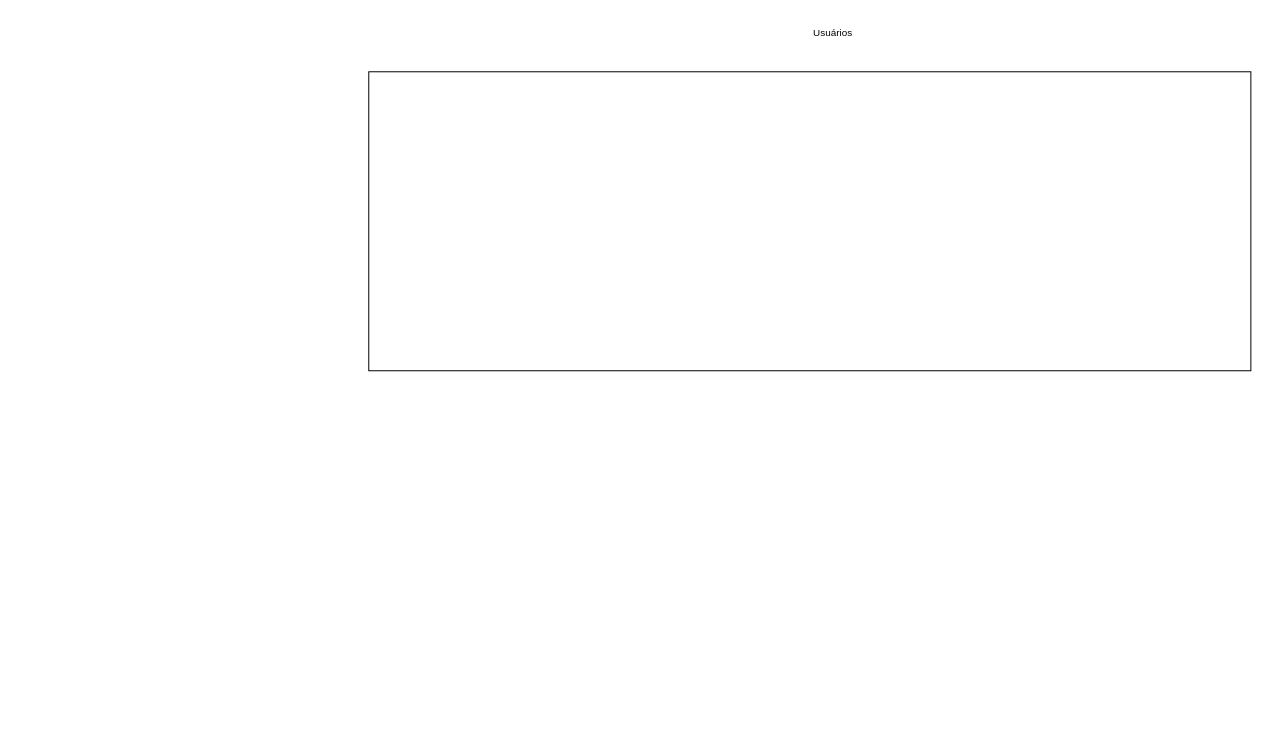
The draw.io diagram misc/diagramas/Diagrama de Arquitetura.drawio in VerbalThree/OpenVoice, before the edit. Source tidied: cells renumbered, new cells numbered last; positions are measured from the earlier drawing's top-left corner, leaving out a move shared by most shapes. Both pictures are drawn from the tidied source at 99%, with x=0, y=0 at pixel (368, 17). Pictures stored in the file or linked from it are replaced by grey dashed boxes.
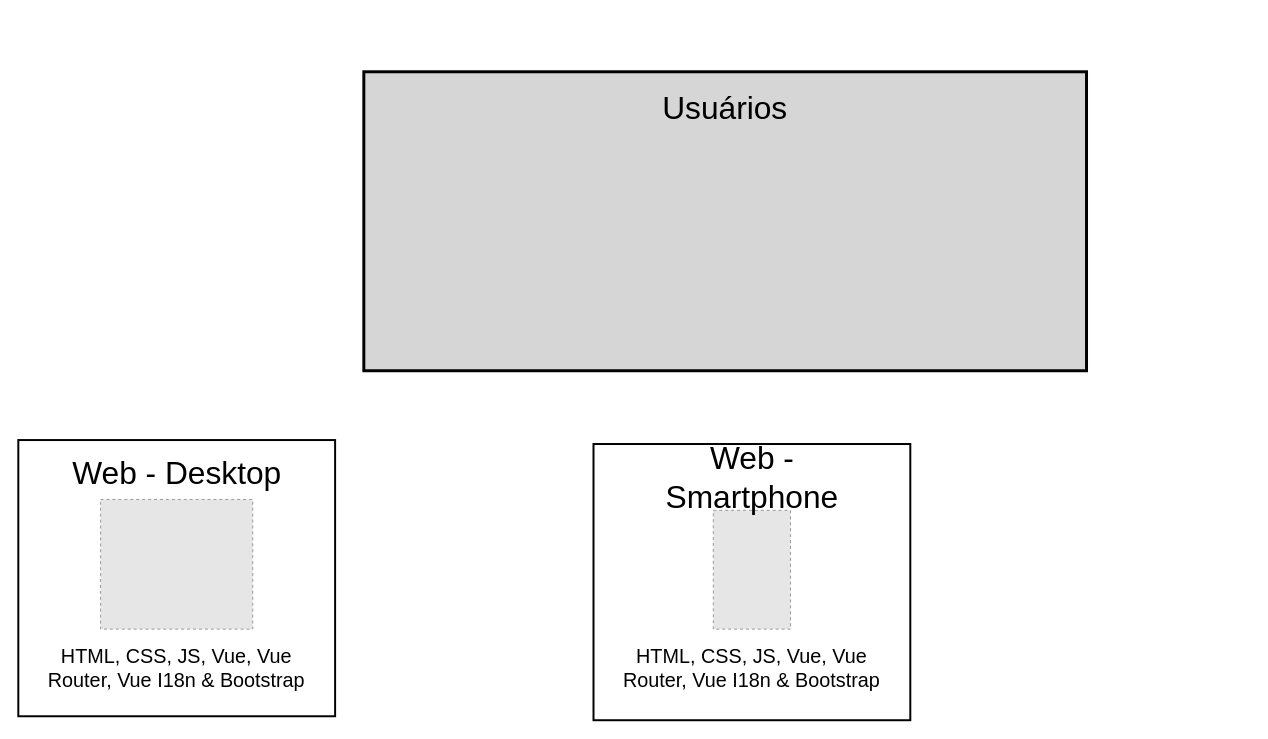
The same page after the edit.

The edit, as a diff of the source:
```diff
@@
 <mxGraphModel>
   <root>
     <mxCell id="0" />
     <mxCell id="1" parent="0" />
+    <mxCell id="4" style="rounded=0;whiteSpace=wrap;html=1;strokeWidth=2;" parent="1" vertex="1">
+      <mxGeometry x="-354" y="427" width="320" height="279" as="geometry" />
+    </mxCell>
-    <mxCell id="2" style="rounded=0;whiteSpace=wrap;html=1;font-weight:bold;" parent="1" vertex="1">
-      <mxGeometry y="55" width="891" height="302" as="geometry" />
+    <mxCell id="2" style="rounded=0;whiteSpace=wrap;html=1;font-weight:bold;strokeWidth=3;perimeterSpacing=0;fillColor=#D6D6D6;fillStyle=solid;" parent="1" vertex="1">
+      <mxGeometry x="-5" y="55" width="730" height="302" as="geometry" />
     </mxCell>
-    <mxCell id="3" value="Usuários" style="text;html=1;align=center;verticalAlign=middle;whiteSpace=wrap;rounded=0;fontSize=10;" parent="1" vertex="1">
-      <mxGeometry x="429" width="80" height="30" as="geometry" />
+    <mxCell id="3" value="&lt;font style=&quot;font-size: 32px;&quot;&gt;Usuários&lt;/font&gt;" style="text;html=1;align=center;verticalAlign=middle;whiteSpace=wrap;rounded=0;fontSize=10;" parent="1" vertex="1">
+      <mxGeometry x="300" y="76" width="120" height="32" as="geometry" />
     </mxCell>
+    <mxCell id="5" style="rounded=0;whiteSpace=wrap;html=1;strokeWidth=2;" parent="1" vertex="1">
+      <mxGeometry x="227" y="431" width="320" height="279" as="geometry" />
+    </mxCell>
+    <mxCell id="6" style="fillColor=#E6E6E6;strokeColor=#999999;dashed=1;verticalLabelPosition=bottom;labelBackgroundColor=default;verticalAlign=top;" parent="1" vertex="1">
+      <mxGeometry x="-270.9" y="487" width="153.7" height="131" as="geometry" />
+    </mxCell>
+    <mxCell id="7" style="fillColor=#E6E6E6;strokeColor=#999999;dashed=1;verticalLabelPosition=bottom;labelBackgroundColor=default;verticalAlign=top;" parent="1" vertex="1">
+      <mxGeometry x="348" y="498" width="78" height="120" as="geometry" />
+    </mxCell>
+    <mxCell id="8" value="&lt;font style=&quot;font-size: 32px;&quot;&gt;Web - Smartphone&lt;br&gt;&lt;/font&gt;" style="text;html=1;align=center;verticalAlign=middle;whiteSpace=wrap;rounded=0;fontSize=10;" parent="1" vertex="1">
+      <mxGeometry x="252.8" y="456" width="268.5" height="18" as="geometry" />
+    </mxCell>
+    <mxCell id="9" value="&lt;font style=&quot;font-size: 20px;&quot;&gt;HTML, CSS, JS, Vue, Vue Router, Vue I18n &amp;amp; Bootstrap&lt;/font&gt;" style="text;strokeColor=none;fillColor=none;html=1;align=center;verticalAlign=middle;whiteSpace=wrap;rounded=0;fontSize=16;" parent="1" vertex="1">
+      <mxGeometry x="252" y="637" width="270" height="40" as="geometry" />
+    </mxCell>
+    <mxCell id="10" value="&lt;font style=&quot;font-size: 32px;&quot;&gt;Web - Desktop&lt;br&gt;&lt;/font&gt;" style="text;html=1;align=center;verticalAlign=middle;whiteSpace=wrap;rounded=0;fontSize=10;" parent="1" vertex="1">
+      <mxGeometry x="-328.2" y="452" width="268.5" height="18" as="geometry" />
+    </mxCell>
+    <mxCell id="11" value="&lt;font style=&quot;font-size: 20px;&quot;&gt;HTML, CSS, JS, Vue, Vue Router, Vue I18n &amp;amp; Bootstrap&lt;/font&gt;" style="text;strokeColor=none;fillColor=none;html=1;align=center;verticalAlign=middle;whiteSpace=wrap;rounded=0;fontSize=16;" parent="1" vertex="1">
+      <mxGeometry x="-329" y="637" width="270" height="40" as="geometry" />
+    </mxCell>
   </root>
 </mxGraphModel>
```
